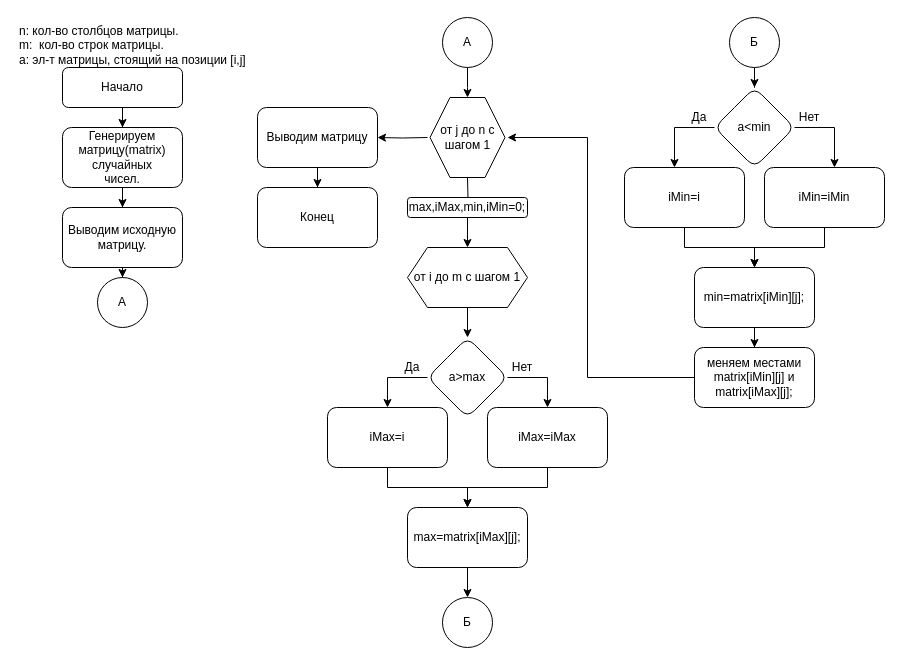
The draw.io diagram lab_3/task_3.drawio in async-master/nsm-avtf, before the edit. Source tidied: cells renumbered, new cells numbered last; positions are measured from the earlier drawing's top-left corner, leaving out a move shared by most shapes. Both pictures are drawn from the tidied source at 100%, with x=0, y=0 at pixel (17, 17).
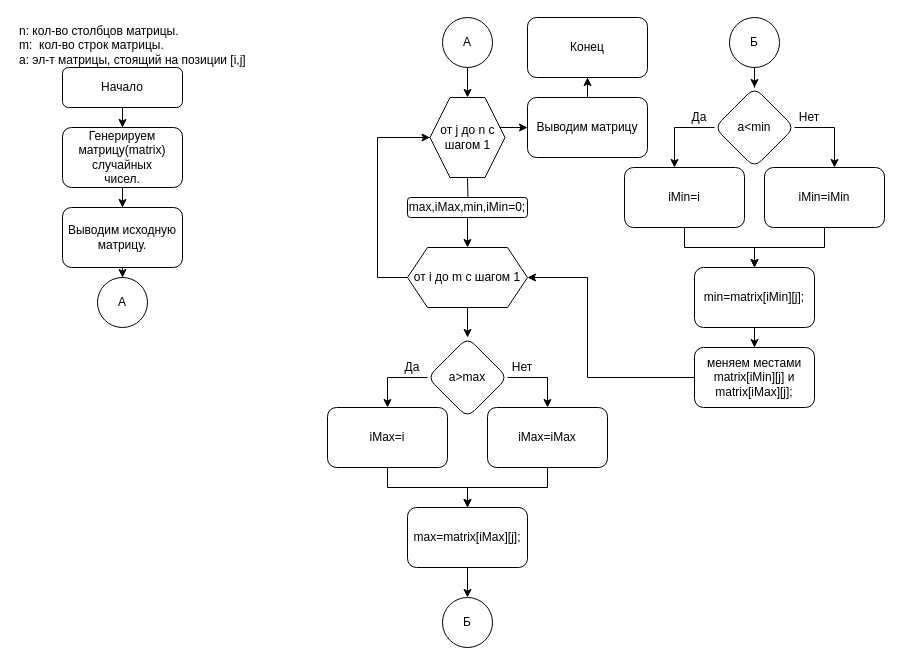
The same diagram, later.

Unchanged cells that the change refers to:
```xml
<mxCell id="39" value="меняем местами matrix[iMin][j] и matrix[iMax][j];" style="whiteSpace=wrap;html=1;rounded=1;glass=0;strokeWidth=1;shadow=0;" parent="1" vertex="1">
  <mxGeometry x="677" y="330" width="120" height="60" as="geometry" />
</mxCell>
<mxCell id="47" value="от j до n с шагом 1" style="shape=hexagon;perimeter=hexagonPerimeter2;whiteSpace=wrap;html=1;fixedSize=1;" parent="1" vertex="1">
  <mxGeometry x="412.5" y="80" width="75" height="80" as="geometry" />
</mxCell>
<mxCell id="48" value="от i до m с шагом 1" style="shape=hexagon;perimeter=hexagonPerimeter2;whiteSpace=wrap;html=1;fixedSize=1;" parent="1" vertex="1">
  <mxGeometry x="390" y="230" width="120" height="60" as="geometry" />
</mxCell>
```

The edit, as a diff of the source:
```diff
@@
-    <mxCell id="43" style="endArrow=classic;html=1;rounded=0;entryX=1;entryY=0.5;entryDx=0;entryDy=0;exitX=0;exitY=0.5;exitDx=0;exitDy=0;" parent="1" edge="1" source="39">
+    <mxCell id="43" style="endArrow=classic;html=1;rounded=0;entryX=1;entryY=0.5;entryDx=0;entryDy=0;exitX=0;exitY=0.5;exitDx=0;exitDy=0;" parent="1" edge="1" source="39" target="48">
       <mxGeometry relative="1" as="geometry">
-        <mxPoint x="490" y="120" as="targetPoint" />
         <Array as="points">
           <mxPoint x="570" y="360" />
-          <mxPoint x="570" y="120" />
+          <mxPoint x="570" y="260" />
         </Array>
       </mxGeometry>
     </mxCell>
@@
     <mxCell id="45" value="Выводим матрицу" style="whiteSpace=wrap;html=1;rounded=1;glass=0;strokeWidth=1;shadow=0;" parent="1" vertex="1">
-      <mxGeometry x="240" y="90" width="120" height="60" as="geometry" />
+      <mxGeometry x="510" y="80" width="120" height="60" as="geometry" />
     </mxCell>
     <mxCell id="46" value="Конец" style="whiteSpace=wrap;html=1;rounded=1;glass=0;strokeWidth=1;shadow=0;" parent="1" vertex="1">
-      <mxGeometry x="240" y="170" width="120" height="60" as="geometry" />
+      <mxGeometry x="510" width="120" height="60" as="geometry" />
     </mxCell>
@@
+    <mxCell id="49" style="endArrow=classic;html=1;rounded=0;entryX=0;entryY=0.5;entryDx=0;entryDy=0;exitX=0;exitY=0.5;exitDx=0;exitDy=0;" parent="1" edge="1" source="48" target="47">
+      <mxGeometry relative="1" as="geometry">
+        <Array as="points">
+          <mxPoint x="360" y="260" />
+          <mxPoint x="360" y="120" />
+        </Array>
+      </mxGeometry>
+    </mxCell>
```
